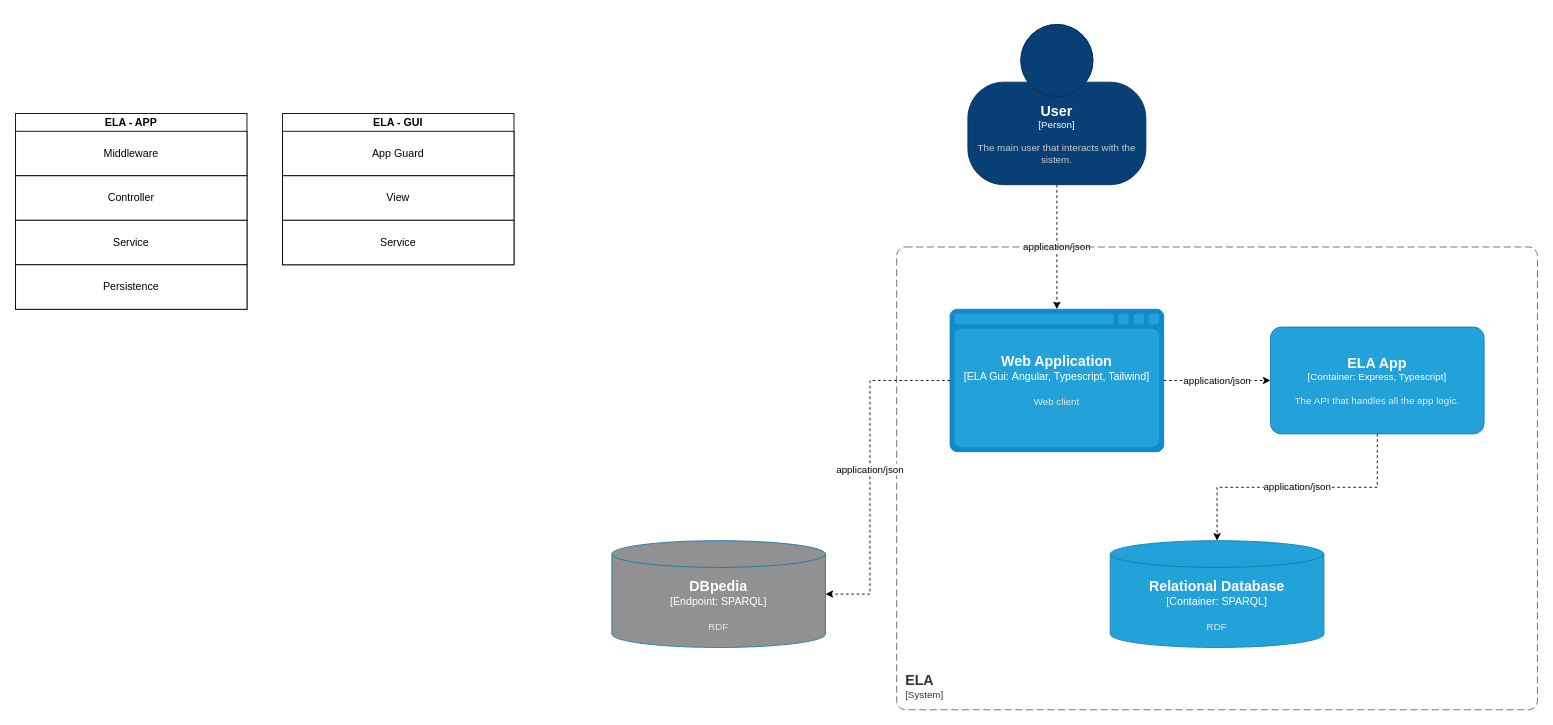
Before: diagrams/ela.drawio in valentin-stamate/ELA, a draw.io diagram. Source tidied: cells renumbered, new cells numbered last; positions are measured from the earlier drawing's top-left corner, leaving out a move shared by most shapes. Both pictures are drawn from the tidied source at 89%, with x=0, y=0 at pixel (15, 24).
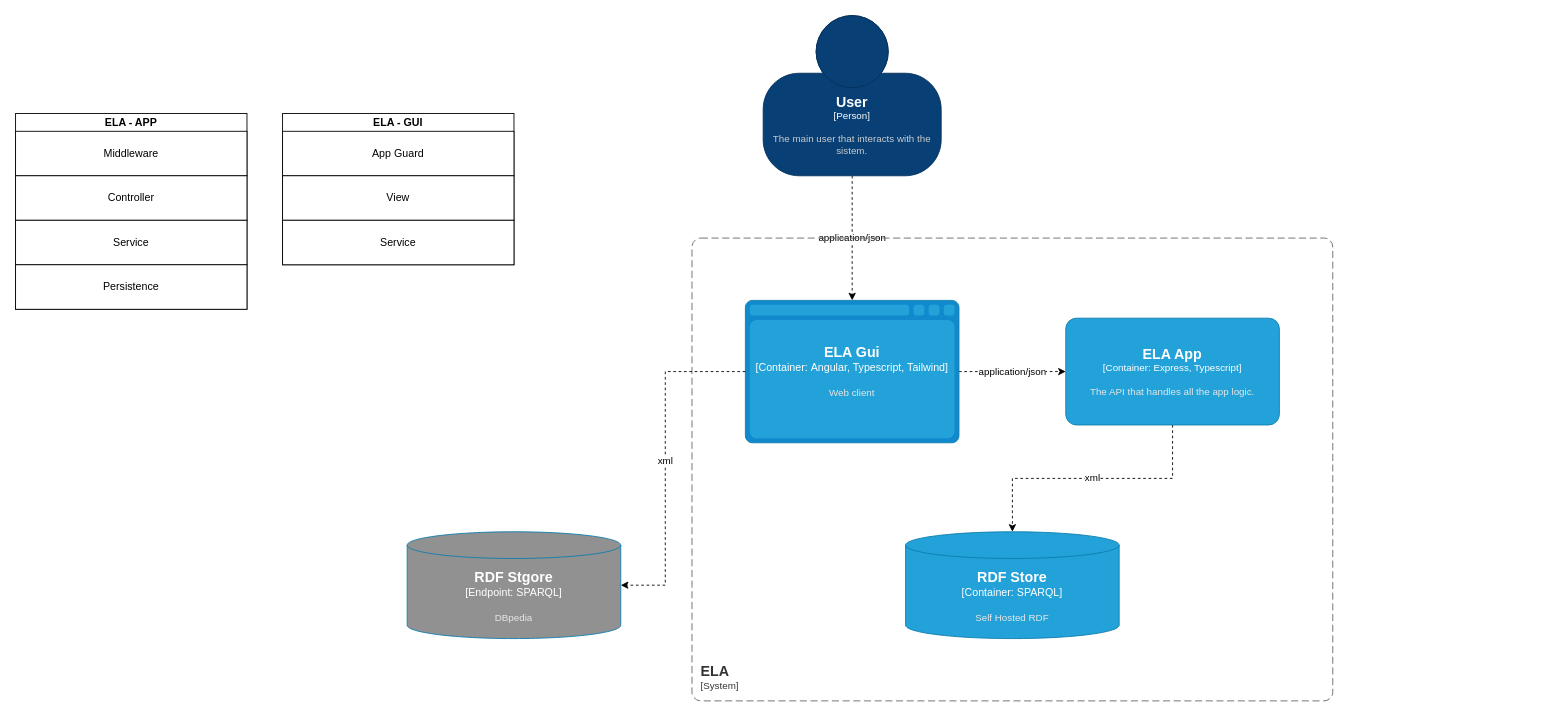
The same page after the edit.

Change to the diagram source:
```diff
@@
     <object id="12" label="&lt;font style=&quot;font-size: 16px&quot;&gt;&lt;b&gt;%c4Name%&lt;/b&gt;&lt;/font&gt;&lt;div&gt;[%c4Type%]&lt;/div&gt;&lt;br&gt;&lt;div&gt;&lt;font style=&quot;font-size: 11px&quot;&gt;&lt;font color=&quot;#cccccc&quot;&gt;%c4Description%&lt;/font&gt;&lt;/div&gt;" c4Description="The main user that interacts with the sistem." c4Name="User" c4Type="Person" placeholders="1">
       <mxCell style="html=1;fontSize=11;dashed=0;whiteSpace=wrap;fillColor=#083F75;strokeColor=#06315C;fontColor=#ffffff;shape=mxgraph.c4.person2;align=center;points=[[0.5,0,0],[1,0.5,0],[1,0.75,0],[0.75,1,0],[0.5,1,0],[0.25,1,0],[0,0.75,0],[0,0.5,0]];" parent="1" vertex="1">
-        <mxGeometry x="1070" width="200" height="180" as="geometry" />
+        <mxGeometry x="840" y="-10" width="200" height="180" as="geometry" />
       </mxCell>
     </object>
     <object id="13" label="&lt;font style=&quot;font-size: 16px&quot;&gt;&lt;b&gt;&lt;div style=&quot;text-align: left&quot;&gt;%c4Name%&lt;/div&gt;&lt;/b&gt;&lt;/font&gt;&lt;div style=&quot;text-align: left&quot;&gt;[%c4Application%]&lt;/div&gt;" c4Application="System" c4Name="ELA" placeholders="1">
       <mxCell style="rounded=1;fontSize=11;whiteSpace=wrap;html=1;dashed=1;arcSize=20;fillColor=none;strokeColor=#666666;fontColor=#333333;labelBackgroundColor=none;align=left;verticalAlign=bottom;labelBorderColor=none;spacingTop=0;spacing=10;dashPattern=8 4;perimeter=rectanglePerimeter;noLabel=0;labelPadding=0;absoluteArcSize=1;" parent="1" vertex="1">
-        <mxGeometry x="990" y="250" width="720" height="520" as="geometry" />
+        <mxGeometry x="760" y="240" width="720" height="520" as="geometry" />
       </mxCell>
     </object>
@@
-    <object id="15" label="&lt;font style=&quot;font-size: 16px&quot;&gt;&lt;b&gt;%c4Type%&lt;/b&gt;&lt;/font&gt;&lt;div&gt;[%c4Container%:&amp;nbsp;%c4Technology%]&lt;/div&gt;&lt;br&gt;&lt;div&gt;&lt;font style=&quot;font-size: 11px&quot;&gt;&lt;font color=&quot;#E6E6E6&quot;&gt;%c4Description%&lt;/font&gt;&lt;/div&gt;" c4Container="ELA Gui" c4Description="Web client" c4Technology="Angular, Typescript, Tailwind" c4Type="Web Application" placeholders="1">
+    <object id="15" label="&lt;font style=&quot;font-size: 16px&quot;&gt;&lt;b&gt;%c4Type%&lt;/b&gt;&lt;/font&gt;&lt;div&gt;[%c4Container%:&amp;nbsp;%c4Technology%]&lt;/div&gt;&lt;br&gt;&lt;div&gt;&lt;font style=&quot;font-size: 11px&quot;&gt;&lt;font color=&quot;#E6E6E6&quot;&gt;%c4Description%&lt;/font&gt;&lt;/div&gt;" c4Container="Container" c4Description="Web client" c4Technology="Angular, Typescript, Tailwind" c4Type="ELA Gui" placeholders="1">
       <mxCell style="shape=mxgraph.c4.webBrowserContainer2;whiteSpace=wrap;html=1;boundedLbl=1;rounded=0;labelBackgroundColor=none;strokeColor=#118ACD;fillColor=#23A2D9;strokeColor=#118ACD;strokeColor2=#0E7DAD;fontSize=12;fontColor=#ffffff;align=center;points=[[0.5,0,0],[1,0.25,0],[1,0.5,0],[1,0.75,0],[0.5,1,0],[0,0.75,0],[0,0.5,0],[0,0.25,0]];" parent="1" vertex="1">
-        <mxGeometry x="1050" y="320" width="240" height="160" as="geometry" />
+        <mxGeometry x="820" y="310" width="240" height="160" as="geometry" />
       </mxCell>
     </object>
-    <mxCell id="16" value="application/json" style="edgeStyle=orthogonalEdgeStyle;rounded=0;jettySize=auto;html=1;entryX=0.5;entryY=0;entryDx=0;entryDy=0;entryPerimeter=0;dashed=1;" parent="1" edge="1" source="17" target="18">
+    <mxCell id="16" value="xml" style="edgeStyle=orthogonalEdgeStyle;rounded=0;jettySize=auto;html=1;entryX=0.5;entryY=0;entryDx=0;entryDy=0;entryPerimeter=0;dashed=1;" parent="1" edge="1" source="17" target="18">
       <mxGeometry relative="1" as="geometry" />
     </mxCell>
     <object id="17" label="&lt;font style=&quot;font-size: 16px&quot;&gt;&lt;b&gt;%c4Name%&lt;/b&gt;&lt;/font&gt;&lt;div&gt;[%c4Type%: %c4Technology%]&lt;/div&gt;&lt;br&gt;&lt;div&gt;&lt;font style=&quot;font-size: 11px&quot;&gt;&lt;font color=&quot;#E6E6E6&quot;&gt;%c4Description%&lt;/font&gt;&lt;/div&gt;" c4Description="The API that handles all the app logic." c4Name="ELA App" c4Technology="Express, Typescript" c4Type="Container" placeholders="1">
       <mxCell style="rounded=1;whiteSpace=wrap;html=1;fontSize=11;labelBackgroundColor=none;fillColor=#23A2D9;fontColor=#ffffff;align=center;arcSize=10;strokeColor=#0E7DAD;points=[[0.25,0,0],[0.5,0,0],[0.75,0,0],[1,0.25,0],[1,0.5,0],[1,0.75,0],[0.75,1,0],[0.5,1,0],[0.25,1,0],[0,0.75,0],[0,0.5,0],[0,0.25,0]];" parent="1" vertex="1">
-        <mxGeometry x="1410" y="340" width="240" height="120" as="geometry" />
+        <mxGeometry x="1180" y="330" width="240" height="120" as="geometry" />
       </mxCell>
     </object>
-    <object id="18" label="&lt;font style=&quot;font-size: 16px&quot;&gt;&lt;b&gt;%c4Type%&lt;/b&gt;&lt;/font&gt;&lt;div&gt;[%c4Container%:&amp;nbsp;%c4Technology%]&lt;/div&gt;&lt;br&gt;&lt;div&gt;&lt;font style=&quot;font-size: 11px&quot;&gt;&lt;font color=&quot;#E6E6E6&quot;&gt;%c4Description%&lt;/font&gt;&lt;/div&gt;" c4Container="Container" c4Description="RDF" c4Technology="SPARQL" c4Type="Relational Database" placeholders="1">
+    <object id="18" label="&lt;font style=&quot;font-size: 16px&quot;&gt;&lt;b&gt;%c4Type%&lt;/b&gt;&lt;/font&gt;&lt;div&gt;[%c4Container%:&amp;nbsp;%c4Technology%]&lt;/div&gt;&lt;br&gt;&lt;div&gt;&lt;font style=&quot;font-size: 11px&quot;&gt;&lt;font color=&quot;#E6E6E6&quot;&gt;%c4Description%&lt;/font&gt;&lt;/div&gt;" c4Container="Container" c4Description="Self Hosted RDF" c4Technology="SPARQL" c4Type="RDF Store" placeholders="1">
       <mxCell style="shape=cylinder3;size=15;whiteSpace=wrap;html=1;boundedLbl=1;rounded=0;labelBackgroundColor=none;fillColor=#23A2D9;fontSize=12;fontColor=#ffffff;align=center;strokeColor=#0E7DAD;points=[[0.5,0,0],[1,0.25,0],[1,0.5,0],[1,0.75,0],[0.5,1,0],[0,0.75,0],[0,0.5,0],[0,0.25,0]];" parent="1" vertex="1">
-        <mxGeometry x="1230" y="580" width="240" height="120" as="geometry" />
+        <mxGeometry x="1000" y="570" width="240" height="120" as="geometry" />
       </mxCell>
     </object>
-    <object id="19" label="&lt;font style=&quot;font-size: 16px&quot;&gt;&lt;b&gt;%c4Type%&lt;/b&gt;&lt;/font&gt;&lt;div&gt;[%c4Container%:&amp;nbsp;%c4Technology%]&lt;/div&gt;&lt;br&gt;&lt;div&gt;&lt;font style=&quot;font-size: 11px&quot;&gt;&lt;font color=&quot;#E6E6E6&quot;&gt;%c4Description%&lt;/font&gt;&lt;/div&gt;" c4Container="Endpoint" c4Description="RDF" c4Technology="SPARQL" c4Type="DBpedia" placeholders="1">
+    <object id="19" label="&lt;font style=&quot;font-size: 16px&quot;&gt;&lt;b&gt;%c4Type%&lt;/b&gt;&lt;/font&gt;&lt;div&gt;[%c4Container%:&amp;nbsp;%c4Technology%]&lt;/div&gt;&lt;br&gt;&lt;div&gt;&lt;font style=&quot;font-size: 11px&quot;&gt;&lt;font color=&quot;#E6E6E6&quot;&gt;%c4Description%&lt;/font&gt;&lt;/div&gt;" c4Container="Endpoint" c4Description="DBpedia" c4Technology="SPARQL" c4Type="RDF Stgore" placeholders="1">
       <mxCell style="shape=cylinder3;size=15;whiteSpace=wrap;html=1;boundedLbl=1;rounded=0;labelBackgroundColor=none;fillColor=#919191;fontSize=12;fontColor=#ffffff;align=center;strokeColor=#0E7DAD;points=[[0.5,0,0],[1,0.25,0],[1,0.5,0],[1,0.75,0],[0.5,1,0],[0,0.75,0],[0,0.5,0],[0,0.25,0]];" parent="1" vertex="1">
-        <mxGeometry x="670" y="580" width="240" height="120" as="geometry" />
+        <mxGeometry x="440" y="570" width="240" height="120" as="geometry" />
       </mxCell>
     </object>
-    <mxCell id="20" value="application/json" style="edgeStyle=orthogonalEdgeStyle;rounded=0;jettySize=auto;html=1;dashed=1;exitX=0;exitY=0.5;exitDx=0;exitDy=0;exitPerimeter=0;" parent="1" edge="1" source="15" target="19">
+    <mxCell id="20" value="xml" style="edgeStyle=orthogonalEdgeStyle;rounded=0;jettySize=auto;html=1;dashed=1;exitX=0;exitY=0.5;exitDx=0;exitDy=0;exitPerimeter=0;" parent="1" edge="1" source="15" target="19">
       <mxGeometry relative="1" as="geometry">
         <Array as="points">
-          <mxPoint x="960" y="400" />
-          <mxPoint x="960" y="640" />
+          <mxPoint x="730" y="390" />
+          <mxPoint x="730" y="630" />
         </Array>
       </mxGeometry>
     </mxCell>
```
